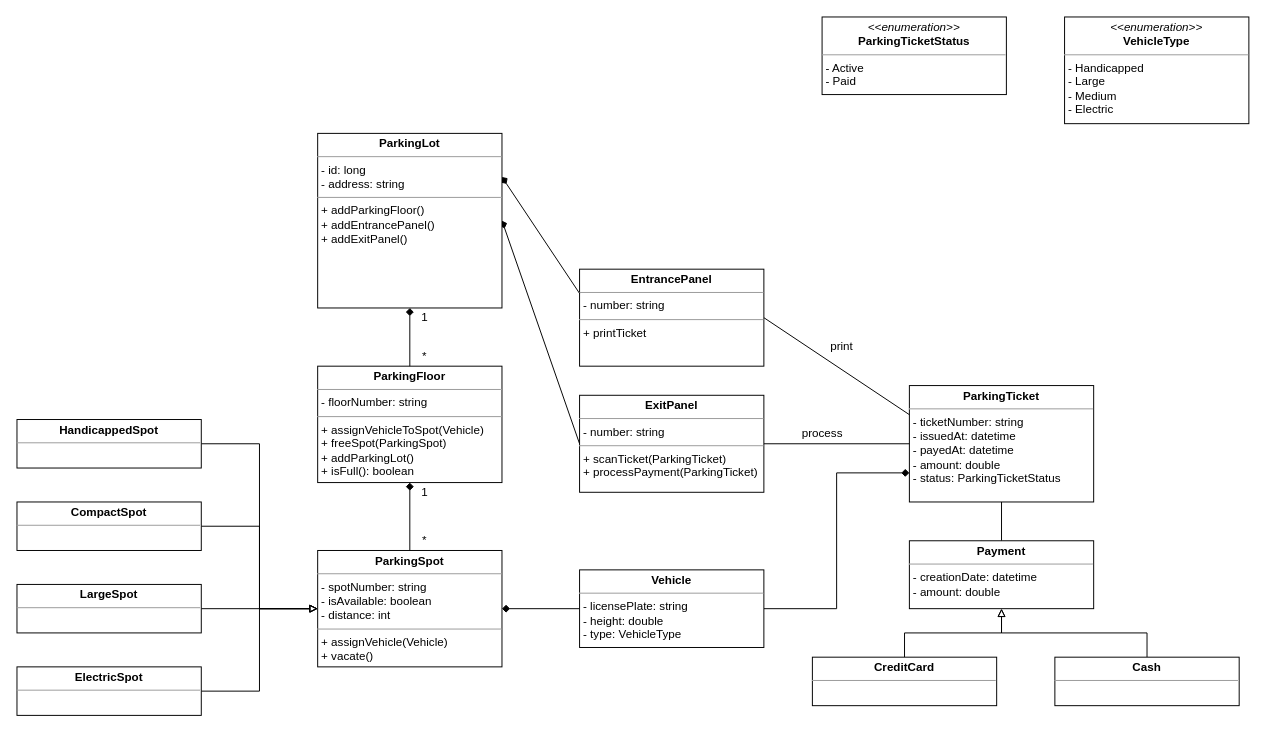
hoffmanshf/oo-design keeps this draw.io diagram as diagrams/ParkingLot.drawio. Above is the earlier version. Source tidied: cells renumbered, new cells numbered last; positions are measured from the earlier drawing's top-left corner, leaving out a move shared by most shapes. Both pictures are drawn from the tidied source at 97%, with x=0, y=0 at pixel (16, 16).
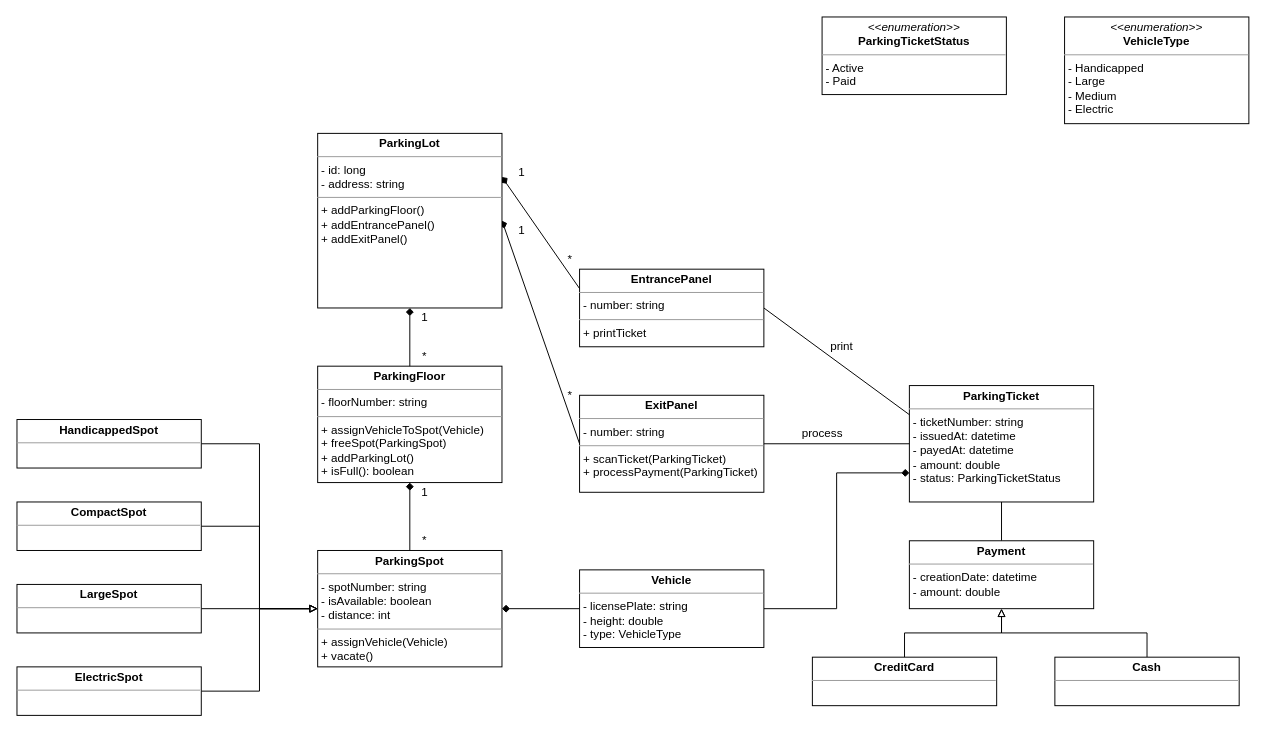
Above is the later version.

Change to the diagram source:
```diff
@@
     <mxCell id="28" value="&lt;p style=&quot;margin: 0px ; margin-top: 4px ; text-align: center&quot;&gt;&lt;b&gt;EntrancePanel&lt;/b&gt;&lt;/p&gt;&lt;hr size=&quot;1&quot;&gt;&lt;p style=&quot;margin: 0px ; margin-left: 4px&quot;&gt;- number: string&lt;br&gt;&lt;/p&gt;&lt;hr size=&quot;1&quot;&gt;&lt;p style=&quot;margin: 0px ; margin-left: 4px&quot;&gt;+ printTicket&lt;/p&gt;" style="verticalAlign=top;align=left;overflow=fill;fontSize=12;fontFamily=Helvetica;html=1;rounded=0;shadow=0;comic=0;labelBackgroundColor=none;strokeWidth=1;" parent="1" vertex="1">
-      <mxGeometry x="580" y="260" width="190" height="100" as="geometry" />
+      <mxGeometry x="580" y="260" width="190" height="80" as="geometry" />
     </mxCell>
@@
+    <mxCell id="39" value="1" style="text;html=1;align=center;verticalAlign=middle;" parent="1" vertex="1">
+      <mxGeometry x="510" y="150" width="20" height="20" as="geometry" />
+    </mxCell>
+    <mxCell id="40" value="*" style="text;html=1;align=center;verticalAlign=middle;" parent="1" vertex="1">
+      <mxGeometry x="560" y="240" width="20" height="20" as="geometry" />
+    </mxCell>
+    <mxCell id="41" value="1" style="text;html=1;align=center;verticalAlign=middle;" parent="1" vertex="1">
+      <mxGeometry x="510" y="210" width="20" height="20" as="geometry" />
+    </mxCell>
+    <mxCell id="42" value="*" style="text;html=1;align=center;verticalAlign=middle;" parent="1" vertex="1">
+      <mxGeometry x="560" y="380" width="20" height="20" as="geometry" />
+    </mxCell>
```
